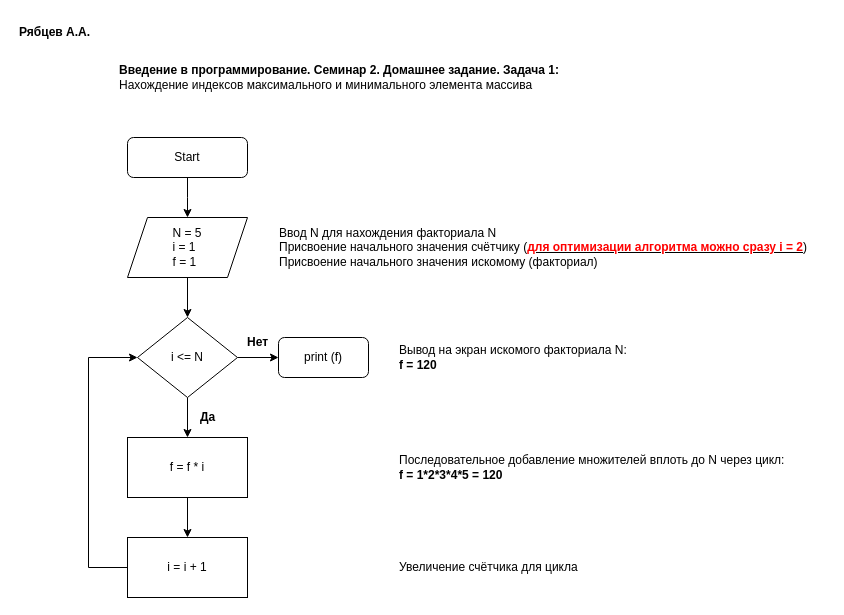
Earlier version of the draw.io diagram 2022.12.09_HW_2-1.drawio (kask1n/Programming_Introguction). Source tidied: cells renumbered, new cells numbered last; positions are measured from the earlier drawing's top-left corner, leaving out a move shared by most shapes. Both pictures are drawn from the tidied source at 100%, with x=0, y=0 at pixel (17, 17).
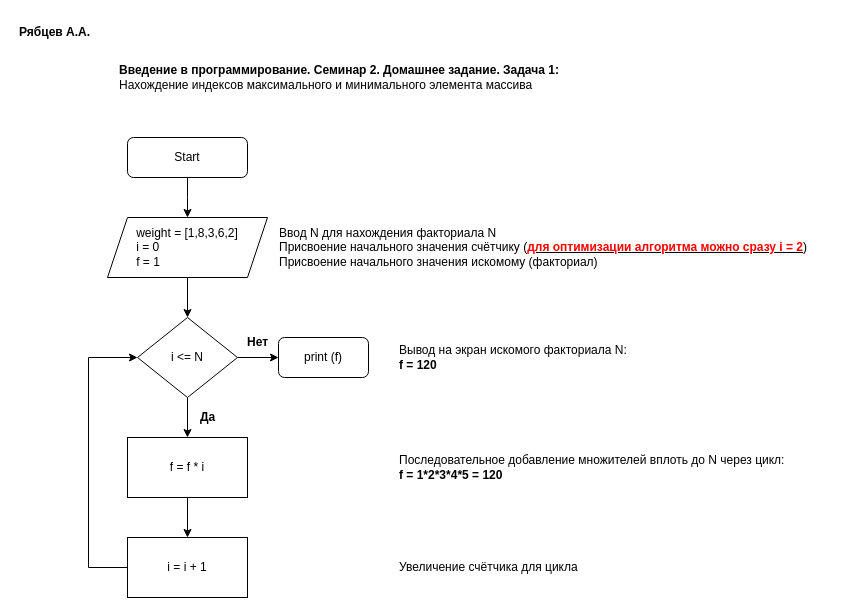
The same diagram, later.

Change to the diagram source:
```diff
@@
-    <mxCell id="6" value="&lt;div style=&quot;text-align: justify;&quot;&gt;&lt;span style=&quot;background-color: initial;&quot;&gt;N = 5&lt;/span&gt;&lt;/div&gt;&lt;div style=&quot;text-align: justify;&quot;&gt;&lt;span style=&quot;background-color: initial;&quot;&gt;i = 1&lt;/span&gt;&lt;/div&gt;&lt;div style=&quot;text-align: justify;&quot;&gt;&lt;span style=&quot;background-color: initial;&quot;&gt;f = 1&lt;/span&gt;&lt;/div&gt;" style="shape=parallelogram;perimeter=parallelogramPerimeter;whiteSpace=wrap;html=1;fixedSize=1;" parent="1" vertex="1">
-      <mxGeometry x="110" y="200" width="120" height="60" as="geometry" />
+    <mxCell id="6" value="&lt;div style=&quot;text-align: justify;&quot;&gt;&lt;span style=&quot;background-color: initial;&quot;&gt;weight = [1,8,3,6,2]&lt;/span&gt;&lt;/div&gt;&lt;div style=&quot;text-align: justify;&quot;&gt;&lt;span style=&quot;background-color: initial;&quot;&gt;i = 0&lt;/span&gt;&lt;/div&gt;&lt;div style=&quot;text-align: justify;&quot;&gt;&lt;span style=&quot;background-color: initial;&quot;&gt;f = 1&lt;/span&gt;&lt;/div&gt;" style="shape=parallelogram;perimeter=parallelogramPerimeter;whiteSpace=wrap;html=1;fixedSize=1;" parent="1" vertex="1">
+      <mxGeometry x="90" y="200" width="160" height="60" as="geometry" />
     </mxCell>
```
